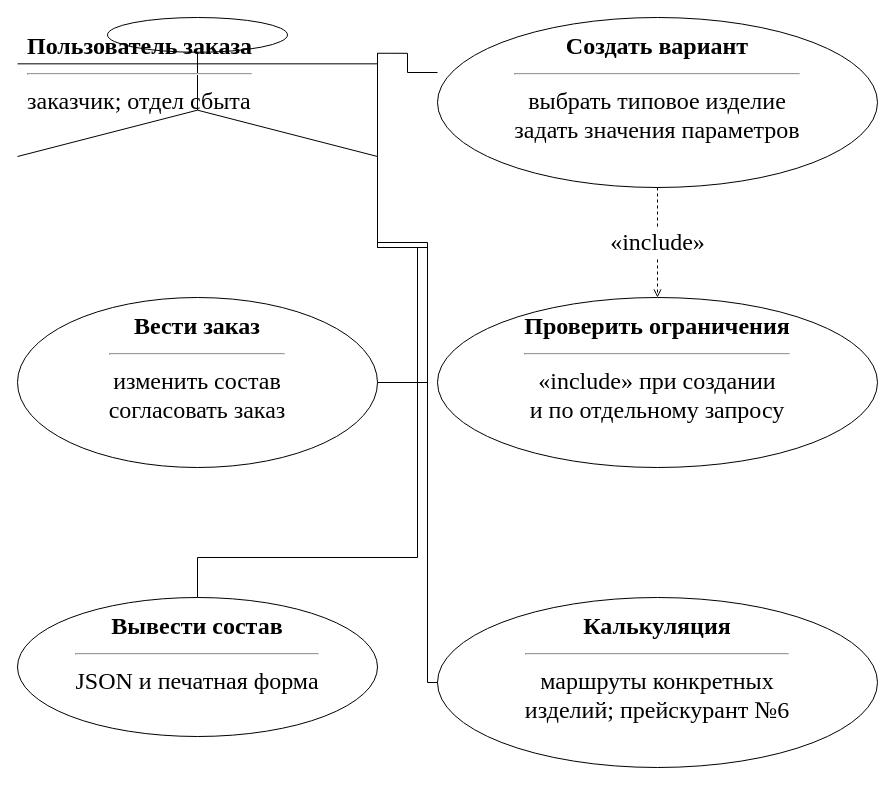
This is utils/lab7/diagrams/02_usecase_order.drawio from 10xtheo/mispris-sem7, a draw.io file, before an edit. Source tidied: cells renumbered, new cells numbered last; positions are measured from the earlier drawing's top-left corner, leaving out a move shared by most shapes. Both pictures are drawn from the tidied source at 100%, with x=0, y=0 at pixel (17, 17).
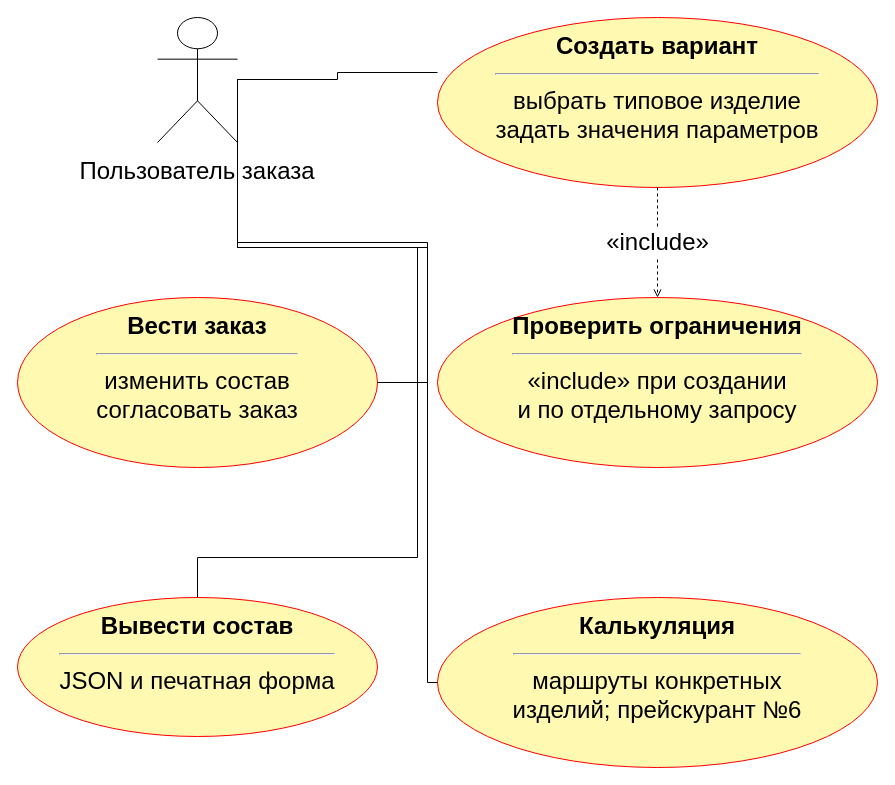
The same diagram, later.

Change to the diagram source:
```diff
@@
 <mxGraphModel>
   <root>
     <mxCell id="0" />
     <mxCell id="1" parent="0" />
-    <mxCell id="2" value="&lt;b&gt;Пользователь заказа&lt;/b&gt;&lt;hr&gt;заказчик; отдел сбыта" style="rounded=0;whiteSpace=wrap;html=1;align=left;verticalAlign=top;fontFamily=Times New Roman;fontSize=24;spacing=10;fillColor=#ffffff;strokeColor=#000000;shape=umlActor;" parent="1" vertex="1">
-      <mxGeometry width="360" height="139" as="geometry" />
+    <mxCell id="2" value="Пользователь заказа" style="rounded=0;whiteSpace=wrap;html=1;align=center;verticalAlign=top;fontFamily=Arial;fontSize=24;spacing=10;fillColor=#ffffff;strokeColor=#000000;shape=umlActor;verticalLabelPosition=bottom;labelPosition=center;labelWidth=360;" parent="1" vertex="1">
+      <mxGeometry x="140" width="80" height="125" as="geometry" />
     </mxCell>
-    <mxCell id="3" value="&lt;b&gt;Создать вариант&lt;/b&gt;&lt;hr&gt;выбрать типовое изделие&lt;br&gt;задать значения параметров" style="rounded=0;whiteSpace=wrap;html=1;align=left;verticalAlign=top;fontFamily=Times New Roman;fontSize=24;spacing=10;fillColor=#ffffff;strokeColor=#000000;shape=ellipse;align=center;" parent="1" vertex="1">
+    <mxCell id="3" value="&lt;b&gt;Создать вариант&lt;/b&gt;&lt;hr&gt;выбрать типовое изделие&lt;br&gt;задать значения параметров" style="rounded=0;whiteSpace=wrap;html=1;align=center;verticalAlign=top;fontFamily=Arial;fontSize=24;spacing=10;fillColor=#ffffff;strokeColor=#000000;shape=ellipse;align=center;fillColor=#fff9b1;strokeColor=#ff0000;" parent="1" vertex="1">
       <mxGeometry x="420" width="440" height="170" as="geometry" />
     </mxCell>
-    <mxCell id="4" value="&lt;b&gt;Проверить ограничения&lt;/b&gt;&lt;hr&gt;«include» при создании&lt;br&gt;и по отдельному запросу" style="rounded=0;whiteSpace=wrap;html=1;align=left;verticalAlign=top;fontFamily=Times New Roman;fontSize=24;spacing=10;fillColor=#ffffff;strokeColor=#000000;shape=ellipse;align=center;" parent="1" vertex="1">
+    <mxCell id="4" value="&lt;b&gt;Проверить ограничения&lt;/b&gt;&lt;hr&gt;«include» при создании&lt;br&gt;и по отдельному запросу" style="rounded=0;whiteSpace=wrap;html=1;align=center;verticalAlign=top;fontFamily=Arial;fontSize=24;spacing=10;fillColor=#ffffff;strokeColor=#000000;shape=ellipse;align=center;fillColor=#fff9b1;strokeColor=#ff0000;" parent="1" vertex="1">
       <mxGeometry x="420" y="280" width="440" height="170" as="geometry" />
     </mxCell>
-    <mxCell id="5" value="&lt;b&gt;Вести заказ&lt;/b&gt;&lt;hr&gt;изменить состав&lt;br&gt;согласовать заказ" style="rounded=0;whiteSpace=wrap;html=1;align=left;verticalAlign=top;fontFamily=Times New Roman;fontSize=24;spacing=10;fillColor=#ffffff;strokeColor=#000000;shape=ellipse;align=center;" parent="1" vertex="1">
+    <mxCell id="5" value="&lt;b&gt;Вести заказ&lt;/b&gt;&lt;hr&gt;изменить состав&lt;br&gt;согласовать заказ" style="rounded=0;whiteSpace=wrap;html=1;align=center;verticalAlign=top;fontFamily=Arial;fontSize=24;spacing=10;fillColor=#ffffff;strokeColor=#000000;shape=ellipse;align=center;fillColor=#fff9b1;strokeColor=#ff0000;" parent="1" vertex="1">
       <mxGeometry y="280" width="360" height="170" as="geometry" />
     </mxCell>
-    <mxCell id="6" value="&lt;b&gt;Вывести состав&lt;/b&gt;&lt;hr&gt;JSON и печатная форма" style="rounded=0;whiteSpace=wrap;html=1;align=left;verticalAlign=top;fontFamily=Times New Roman;fontSize=24;spacing=10;fillColor=#ffffff;strokeColor=#000000;shape=ellipse;align=center;" parent="1" vertex="1">
+    <mxCell id="6" value="&lt;b&gt;Вывести состав&lt;/b&gt;&lt;hr&gt;JSON и печатная форма" style="rounded=0;whiteSpace=wrap;html=1;align=center;verticalAlign=top;fontFamily=Arial;fontSize=24;spacing=10;fillColor=#ffffff;strokeColor=#000000;shape=ellipse;align=center;fillColor=#fff9b1;strokeColor=#ff0000;" parent="1" vertex="1">
       <mxGeometry y="580" width="360" height="139" as="geometry" />
     </mxCell>
-    <mxCell id="7" value="&lt;b&gt;Калькуляция&lt;/b&gt;&lt;hr&gt;маршруты конкретных&lt;br&gt;изделий; прейскурант №6" style="rounded=0;whiteSpace=wrap;html=1;align=left;verticalAlign=top;fontFamily=Times New Roman;fontSize=24;spacing=10;fillColor=#ffffff;strokeColor=#000000;shape=ellipse;align=center;" parent="1" vertex="1">
+    <mxCell id="7" value="&lt;b&gt;Калькуляция&lt;/b&gt;&lt;hr&gt;маршруты конкретных&lt;br&gt;изделий; прейскурант №6" style="rounded=0;whiteSpace=wrap;html=1;align=center;verticalAlign=top;fontFamily=Arial;fontSize=24;spacing=10;fillColor=#ffffff;strokeColor=#000000;shape=ellipse;align=center;fillColor=#fff9b1;strokeColor=#ff0000;" parent="1" vertex="1">
       <mxGeometry x="420" y="580" width="440" height="170" as="geometry" />
     </mxCell>
-    <mxCell id="8" style="edgeStyle=orthogonalEdgeStyle;rounded=0;html=1;endArrow=open;fontFamily=Times New Roman;fontSize=24;labelBackgroundColor=#ffffff;exitX=0.6111111111111112;exitY=0.4460431654676259;entryX=0.0285048332085553;entryY=0.33358994113243123;endArrow=none;" parent="1" edge="1" source="2" target="3">
+    <mxCell id="8" style="edgeStyle=orthogonalEdgeStyle;rounded=0;html=1;endArrow=open;fontFamily=Arial;fontSize=24;labelBackgroundColor=#ffffff;exitX=1.0;exitY=0.496;entryX=0.0285048332085553;entryY=0.33358994113243123;endArrow=none;" parent="1" edge="1" source="2" target="3">
       <mxGeometry relative="1" as="geometry" />
     </mxCell>
-    <mxCell id="9" value="«include»" style="edgeStyle=orthogonalEdgeStyle;rounded=0;html=1;endArrow=open;fontFamily=Times New Roman;fontSize=24;labelBackgroundColor=#ffffff;exitX=0.5;exitY=1.0;entryX=0.5;entryY=0.0;endArrow=none;dashed=1;endArrow=open;" parent="1" edge="1" source="3" target="4">
+    <mxCell id="9" value="«include»" style="edgeStyle=orthogonalEdgeStyle;rounded=0;html=1;endArrow=open;fontFamily=Arial;fontSize=24;labelBackgroundColor=#ffffff;exitX=0.5;exitY=1.0;entryX=0.5;entryY=0.0;dashed=1;endArrow=open;dashed=1;endArrow=open;" parent="1" edge="1" source="3" target="4">
       <mxGeometry relative="1" as="geometry" />
     </mxCell>
-    <mxCell id="10" style="edgeStyle=orthogonalEdgeStyle;rounded=0;html=1;endArrow=open;fontFamily=Times New Roman;fontSize=24;labelBackgroundColor=#ffffff;exitX=0.6111111111111112;exitY=0.4460431654676259;entryX=1.0;entryY=0.5;endArrow=none;" parent="1" edge="1" source="2" target="5">
+    <mxCell id="10" style="edgeStyle=orthogonalEdgeStyle;rounded=0;html=1;endArrow=open;fontFamily=Arial;fontSize=24;labelBackgroundColor=#ffffff;exitX=1.0;exitY=0.496;entryX=1.0;entryY=0.5;endArrow=none;" parent="1" edge="1" source="2" target="5">
       <mxGeometry relative="1" as="geometry">
         <Array as="points">
           <mxPoint x="410" y="230" />
           <mxPoint x="410" y="365" />
         </Array>
       </mxGeometry>
     </mxCell>
-    <mxCell id="11" style="edgeStyle=orthogonalEdgeStyle;rounded=0;html=1;endArrow=open;fontFamily=Times New Roman;fontSize=24;labelBackgroundColor=#ffffff;exitX=0.6111111111111112;exitY=0.4460431654676259;entryX=0.5;entryY=0.0;endArrow=none;" parent="1" edge="1" source="2" target="6">
+    <mxCell id="11" style="edgeStyle=orthogonalEdgeStyle;rounded=0;html=1;endArrow=open;fontFamily=Arial;fontSize=24;labelBackgroundColor=#ffffff;exitX=1.0;exitY=0.496;entryX=0.5;entryY=0.0;endArrow=none;" parent="1" edge="1" source="2" target="6">
       <mxGeometry relative="1" as="geometry">
         <Array as="points">
           <mxPoint x="400" y="230" />
           <mxPoint x="400" y="540" />
           <mxPoint x="180" y="540" />
         </Array>
       </mxGeometry>
     </mxCell>
-    <mxCell id="12" style="edgeStyle=orthogonalEdgeStyle;rounded=0;html=1;endArrow=open;fontFamily=Times New Roman;fontSize=24;labelBackgroundColor=#ffffff;exitX=0.6111111111111112;exitY=0.4460431654676259;entryX=0.0;entryY=0.5;endArrow=none;" parent="1" edge="1" source="2" target="7">
+    <mxCell id="12" style="edgeStyle=orthogonalEdgeStyle;rounded=0;html=1;endArrow=open;fontFamily=Arial;fontSize=24;labelBackgroundColor=#ffffff;exitX=1.0;exitY=0.496;entryX=0.0;entryY=0.5;endArrow=none;" parent="1" edge="1" source="2" target="7">
       <mxGeometry relative="1" as="geometry">
         <Array as="points">
           <mxPoint x="410" y="225" />
           <mxPoint x="410" y="665" />
         </Array>
       </mxGeometry>
     </mxCell>
   </root>
 </mxGraphModel>
```
